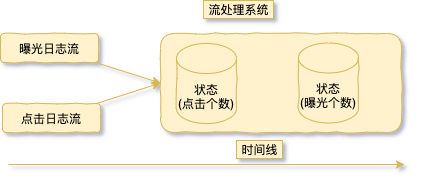
The draw.io diagram blog-img.png in xingdong015/blog, before a commit. Source tidied: cells renumbered, new cells last; positions are measured from the earlier drawing's top-left corner, leaving out a move shared by most shapes.
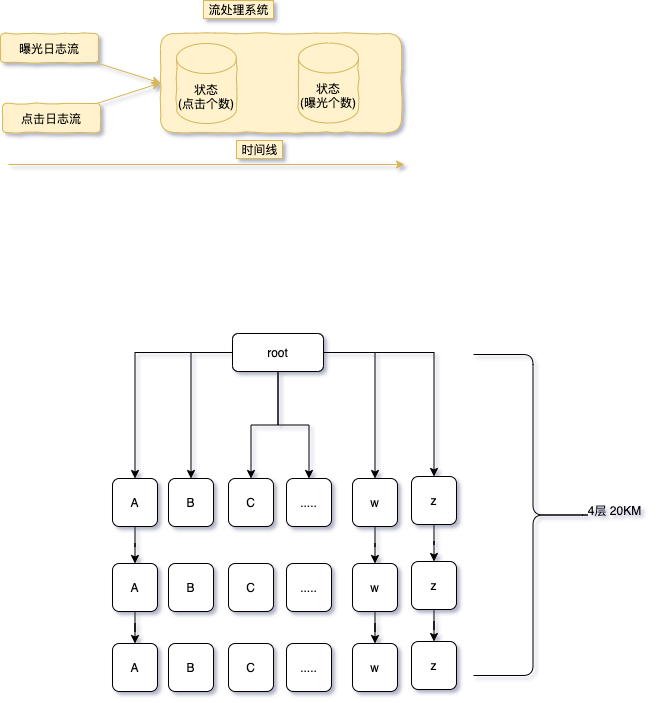
After the change.

Change to the diagram source:
```diff
@@ -35,5 +35,104 @@
     <mxCell id="11" value="流处理系统" style="text;html=1;align=center;verticalAlign=middle;fillColor=#fff2cc;strokeColor=#d6b656;" parent="1" vertex="1">
       <mxGeometry x="203" width="70" height="18" as="geometry" />
     </mxCell>
+    <mxCell id="12" style="edgeStyle=orthogonalEdgeStyle;rounded=0;jettySize=auto;html=1;entryX=0.5;entryY=0;entryDx=0;entryDy=0;" parent="1" edge="1" source="18" target="20">
+      <mxGeometry relative="1" as="geometry" />
+    </mxCell>
+    <mxCell id="13" style="edgeStyle=orthogonalEdgeStyle;rounded=0;jettySize=auto;html=1;entryX=0.5;entryY=0;entryDx=0;entryDy=0;" parent="1" edge="1" source="18" target="21">
+      <mxGeometry relative="1" as="geometry" />
+    </mxCell>
+    <mxCell id="14" style="edgeStyle=orthogonalEdgeStyle;rounded=0;jettySize=auto;html=1;entryX=0.5;entryY=0;entryDx=0;entryDy=0;" parent="1" edge="1" source="18" target="22">
+      <mxGeometry relative="1" as="geometry" />
+    </mxCell>
+    <mxCell id="15" style="edgeStyle=orthogonalEdgeStyle;rounded=0;jettySize=auto;html=1;entryX=0.5;entryY=0;entryDx=0;entryDy=0;" parent="1" edge="1" source="18" target="23">
+      <mxGeometry relative="1" as="geometry" />
+    </mxCell>
+    <mxCell id="16" style="edgeStyle=orthogonalEdgeStyle;rounded=0;jettySize=auto;html=1;" parent="1" edge="1" source="18" target="25">
+      <mxGeometry relative="1" as="geometry" />
+    </mxCell>
+    <mxCell id="17" style="edgeStyle=orthogonalEdgeStyle;rounded=0;jettySize=auto;html=1;entryX=0.5;entryY=0;entryDx=0;entryDy=0;" parent="1" edge="1" source="18" target="27">
+      <mxGeometry relative="1" as="geometry" />
+    </mxCell>
+    <mxCell id="18" value="root" style="rounded=1;whiteSpace=wrap;html=1;" parent="1" vertex="1">
+      <mxGeometry x="232" y="333" width="91" height="38" as="geometry" />
+    </mxCell>
+    <mxCell id="19" style="edgeStyle=orthogonalEdgeStyle;rounded=0;jettySize=auto;html=1;" parent="1" edge="1" source="20" target="29">
+      <mxGeometry relative="1" as="geometry" />
+    </mxCell>
+    <mxCell id="20" value="A" style="rounded=1;whiteSpace=wrap;html=1;" parent="1" vertex="1">
+      <mxGeometry x="112" y="478" width="45" height="48" as="geometry" />
+    </mxCell>
+    <mxCell id="21" value="B" style="rounded=1;whiteSpace=wrap;html=1;" parent="1" vertex="1">
+      <mxGeometry x="168" y="478" width="45" height="48" as="geometry" />
+    </mxCell>
+    <mxCell id="22" value="C" style="rounded=1;whiteSpace=wrap;html=1;" parent="1" vertex="1">
+      <mxGeometry x="228" y="478" width="45" height="48" as="geometry" />
+    </mxCell>
+    <mxCell id="23" value="....." style="rounded=1;whiteSpace=wrap;html=1;" parent="1" vertex="1">
+      <mxGeometry x="286" y="478" width="45" height="48" as="geometry" />
+    </mxCell>
+    <mxCell id="24" style="edgeStyle=orthogonalEdgeStyle;rounded=0;jettySize=auto;html=1;entryX=0.5;entryY=0;entryDx=0;entryDy=0;" parent="1" edge="1" source="25" target="34">
+      <mxGeometry relative="1" as="geometry" />
+    </mxCell>
+    <mxCell id="25" value="w" style="rounded=1;whiteSpace=wrap;html=1;" parent="1" vertex="1">
+      <mxGeometry x="352" y="478" width="45" height="48" as="geometry" />
+    </mxCell>
+    <mxCell id="26" style="edgeStyle=orthogonalEdgeStyle;rounded=0;jettySize=auto;html=1;entryX=0.5;entryY=0;entryDx=0;entryDy=0;" parent="1" edge="1" source="27" target="36">
+      <mxGeometry relative="1" as="geometry" />
+    </mxCell>
+    <mxCell id="27" value="z" style="rounded=1;whiteSpace=wrap;html=1;" parent="1" vertex="1">
+      <mxGeometry x="411" y="476" width="45" height="48" as="geometry" />
+    </mxCell>
+    <mxCell id="28" style="edgeStyle=orthogonalEdgeStyle;rounded=0;jettySize=auto;html=1;entryX=0.5;entryY=0;entryDx=0;entryDy=0;" parent="1" edge="1" source="29" target="37">
+      <mxGeometry relative="1" as="geometry" />
+    </mxCell>
+    <mxCell id="29" value="A" style="rounded=1;whiteSpace=wrap;html=1;" parent="1" vertex="1">
+      <mxGeometry x="112" y="563" width="45" height="48" as="geometry" />
+    </mxCell>
+    <mxCell id="30" value="B" style="rounded=1;whiteSpace=wrap;html=1;" parent="1" vertex="1">
+      <mxGeometry x="168" y="563" width="45" height="48" as="geometry" />
+    </mxCell>
+    <mxCell id="31" value="C" style="rounded=1;whiteSpace=wrap;html=1;" parent="1" vertex="1">
+      <mxGeometry x="228" y="563" width="45" height="48" as="geometry" />
+    </mxCell>
+    <mxCell id="32" value="....." style="rounded=1;whiteSpace=wrap;html=1;" parent="1" vertex="1">
+      <mxGeometry x="286" y="563" width="45" height="48" as="geometry" />
+    </mxCell>
+    <mxCell id="33" style="edgeStyle=orthogonalEdgeStyle;rounded=0;jettySize=auto;html=1;entryX=0.5;entryY=0;entryDx=0;entryDy=0;" parent="1" edge="1" source="34" target="41">
+      <mxGeometry relative="1" as="geometry" />
+    </mxCell>
+    <mxCell id="34" value="w" style="rounded=1;whiteSpace=wrap;html=1;" parent="1" vertex="1">
+      <mxGeometry x="352" y="563" width="45" height="48" as="geometry" />
+    </mxCell>
+    <mxCell id="35" style="edgeStyle=orthogonalEdgeStyle;rounded=0;jettySize=auto;html=1;" parent="1" edge="1" source="36" target="42">
+      <mxGeometry relative="1" as="geometry" />
+    </mxCell>
+    <mxCell id="36" value="z" style="rounded=1;whiteSpace=wrap;html=1;" parent="1" vertex="1">
+      <mxGeometry x="411" y="561" width="45" height="48" as="geometry" />
+    </mxCell>
+    <mxCell id="37" value="A" style="rounded=1;whiteSpace=wrap;html=1;" parent="1" vertex="1">
+      <mxGeometry x="112" y="643" width="45" height="48" as="geometry" />
+    </mxCell>
+    <mxCell id="38" value="B" style="rounded=1;whiteSpace=wrap;html=1;" parent="1" vertex="1">
+      <mxGeometry x="168" y="643" width="45" height="48" as="geometry" />
+    </mxCell>
+    <mxCell id="39" value="C" style="rounded=1;whiteSpace=wrap;html=1;" parent="1" vertex="1">
+      <mxGeometry x="228" y="643" width="45" height="48" as="geometry" />
+    </mxCell>
+    <mxCell id="40" value="....." style="rounded=1;whiteSpace=wrap;html=1;" parent="1" vertex="1">
+      <mxGeometry x="286" y="643" width="45" height="48" as="geometry" />
+    </mxCell>
+    <mxCell id="41" value="w" style="rounded=1;whiteSpace=wrap;html=1;" parent="1" vertex="1">
+      <mxGeometry x="352" y="643" width="45" height="48" as="geometry" />
+    </mxCell>
+    <mxCell id="42" value="z" style="rounded=1;whiteSpace=wrap;html=1;" parent="1" vertex="1">
+      <mxGeometry x="411" y="641" width="45" height="48" as="geometry" />
+    </mxCell>
+    <mxCell id="43" style="shape=curlyBracket;whiteSpace=wrap;html=1;rounded=1;direction=west;" parent="1" vertex="1">
+      <mxGeometry x="473" y="354" width="119" height="321" as="geometry" />
+    </mxCell>
+    <mxCell id="44" value="4层 20KM" style="text;html=1;align=center;verticalAlign=middle;" parent="1" vertex="1">
+      <mxGeometry x="582" y="501" width="63" height="18" as="geometry" />
+    </mxCell>
   </root>
 </mxGraphModel>
```
